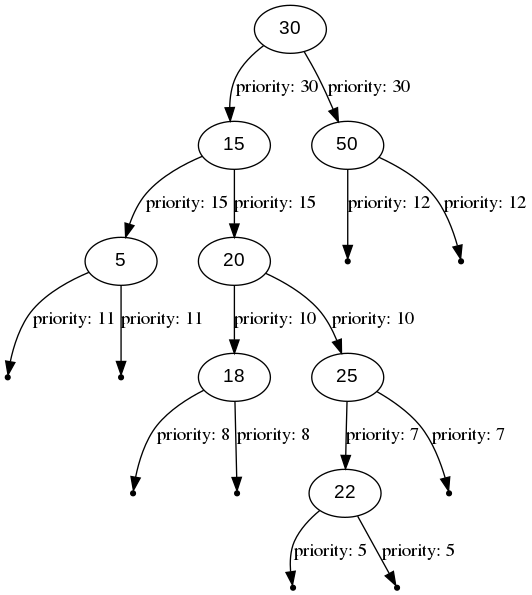
Before: visLib/out/png/dump7.png, a diagram exported from Graphviz (NikitaEvs/trees). Its source is kept beside it as visLib/out/dot/dump7.dot.
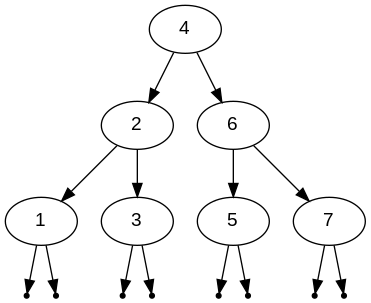
After the commit.

The edit, as a diff of the source:
```diff
@@ -1,28 +1,25 @@
 digraph BinarySearchTree {
     node [fontname = "Arial"];
-    30 -> 15 [label="priority: 30"];
-    15 -> 5 [label="priority: 15"];
+    4 -> 2;
+    2 -> 1;
     null0[shape=point];
-    5 -> null0 [label="priority: 11"];
+    1 -> null0;
     null1[shape=point];
-    5 -> null1 [label="priority: 11"];
-    15 -> 20 [label="priority: 15"];
-    20 -> 18 [label="priority: 10"];
+    1 -> null1;
+    2 -> 3;
     null2[shape=point];
-    18 -> null2 [label="priority: 8"];
+    3 -> null2;
     null3[shape=point];
-    18 -> null3 [label="priority: 8"];
-    20 -> 25 [label="priority: 10"];
-    25 -> 22 [label="priority: 7"];
+    3 -> null3;
+    4 -> 6;
+    6 -> 5;
     null4[shape=point];
-    22 -> null4 [label="priority: 5"];
+    5 -> null4;
     null5[shape=point];
-    22 -> null5 [label="priority: 5"];
+    5 -> null5;
+    6 -> 7;
     null6[shape=point];
-    25 -> null6 [label="priority: 7"];
-    30 -> 50 [label="priority: 30"];
+    7 -> null6;
     null7[shape=point];
-    50 -> null7 [label="priority: 12"];
-    null8[shape=point];
-    50 -> null8 [label="priority: 12"];
+    7 -> null7;
 }
```
